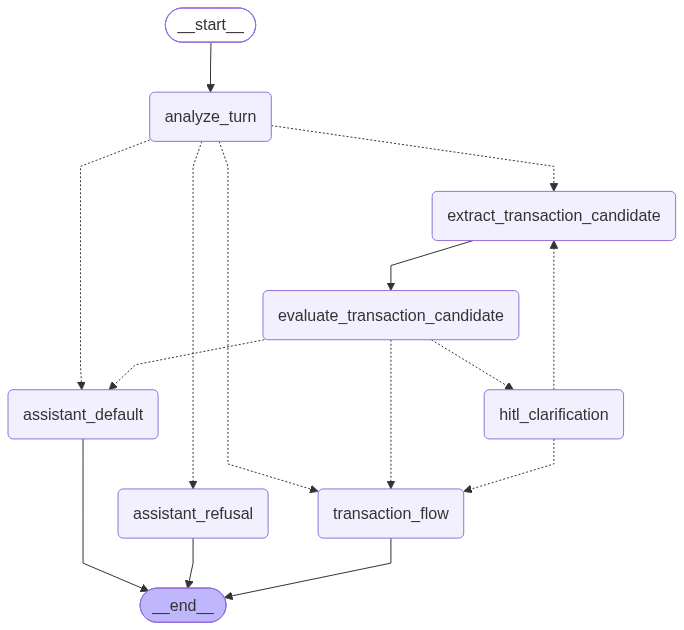
Before: apps/api/artifacts/langgraph/chat_langgraph.png, a diagram exported from Mermaid (HazSyl1/AffordAbled). Its source is kept beside it as apps/api/artifacts/langgraph/chat_langgraph.mmd. Its diagram source:
```mermaid
---
config:
  flowchart:
    curve: linear
---
graph TD;
	__start__([<p>__start__</p>]):::first
	analyze_turn(analyze_turn)
	extract_transaction_candidate(extract_transaction_candidate)
	evaluate_transaction_candidate(evaluate_transaction_candidate)
	hitl_clarification(hitl_clarification)
	transaction_flow(transaction_flow)
	assistant_default(assistant_default)
	assistant_refusal(assistant_refusal)
	__end__([<p>__end__</p>]):::last
	__start__ --> analyze_turn;
	analyze_turn -.-> assistant_default;
	analyze_turn -.-> assistant_refusal;
	analyze_turn -.-> extract_transaction_candidate;
	analyze_turn -.-> transaction_flow;
	evaluate_transaction_candidate -.-> assistant_default;
	evaluate_transaction_candidate -.-> hitl_clarification;
	evaluate_transaction_candidate -.-> transaction_flow;
	extract_transaction_candidate --> evaluate_transaction_candidate;
	hitl_clarification -.-> extract_transaction_candidate;
	hitl_clarification -.-> transaction_flow;
	assistant_default --> __end__;
	assistant_refusal --> __end__;
	transaction_flow --> __end__;
	classDef default fill:#f2f0ff,line-height:1.2
	classDef first fill-opacity:0
	classDef last fill:#bfb6fc
```
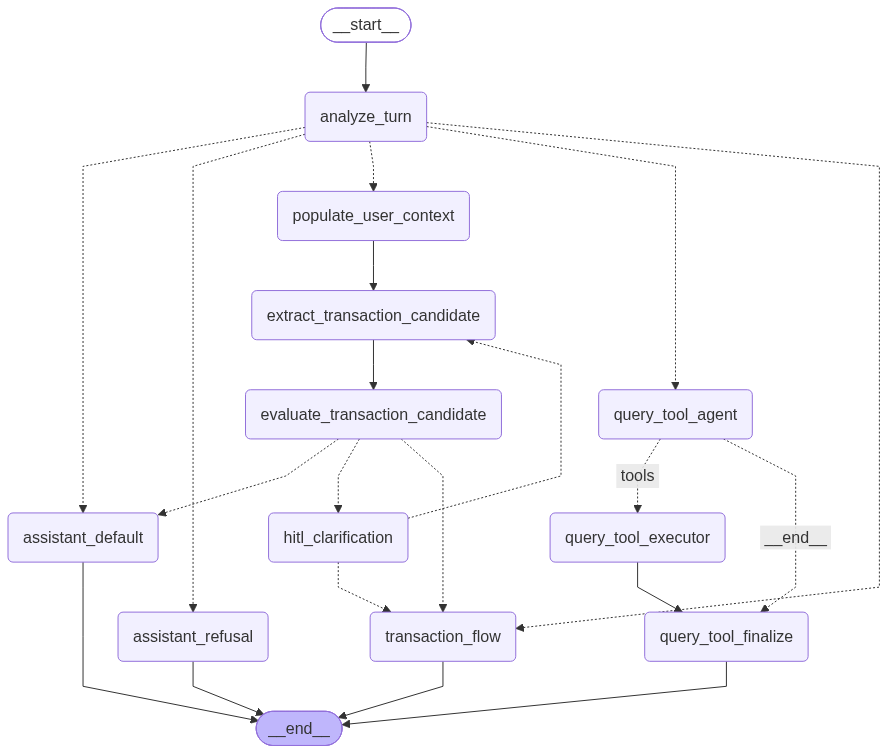
After the commit.

The edit, as a diff of the source:
```diff
@@ -6,17 +6,22 @@
 graph TD;
 	__start__([<p>__start__</p>]):::first
 	analyze_turn(analyze_turn)
+	populate_user_context(populate_user_context)
 	extract_transaction_candidate(extract_transaction_candidate)
 	evaluate_transaction_candidate(evaluate_transaction_candidate)
 	hitl_clarification(hitl_clarification)
 	transaction_flow(transaction_flow)
+	query_tool_agent(query_tool_agent)
+	query_tool_executor(query_tool_executor)
+	query_tool_finalize(query_tool_finalize)
 	assistant_default(assistant_default)
 	assistant_refusal(assistant_refusal)
 	__end__([<p>__end__</p>]):::last
 	__start__ --> analyze_turn;
 	analyze_turn -.-> assistant_default;
 	analyze_turn -.-> assistant_refusal;
-	analyze_turn -.-> extract_transaction_candidate;
+	analyze_turn -.-> populate_user_context;
+	analyze_turn -.-> query_tool_agent;
 	analyze_turn -.-> transaction_flow;
 	evaluate_transaction_candidate -.-> assistant_default;
 	evaluate_transaction_candidate -.-> hitl_clarification;
@@ -24,8 +29,13 @@
 	extract_transaction_candidate --> evaluate_transaction_candidate;
 	hitl_clarification -.-> extract_transaction_candidate;
 	hitl_clarification -.-> transaction_flow;
+	populate_user_context --> extract_transaction_candidate;
+	query_tool_agent -. &nbsp;tools&nbsp; .-> query_tool_executor;
+	query_tool_agent -. &nbsp;__end__&nbsp; .-> query_tool_finalize;
+	query_tool_executor --> query_tool_finalize;
 	assistant_default --> __end__;
 	assistant_refusal --> __end__;
+	query_tool_finalize --> __end__;
 	transaction_flow --> __end__;
 	classDef default fill:#f2f0ff,line-height:1.2
 	classDef first fill-opacity:0
```
